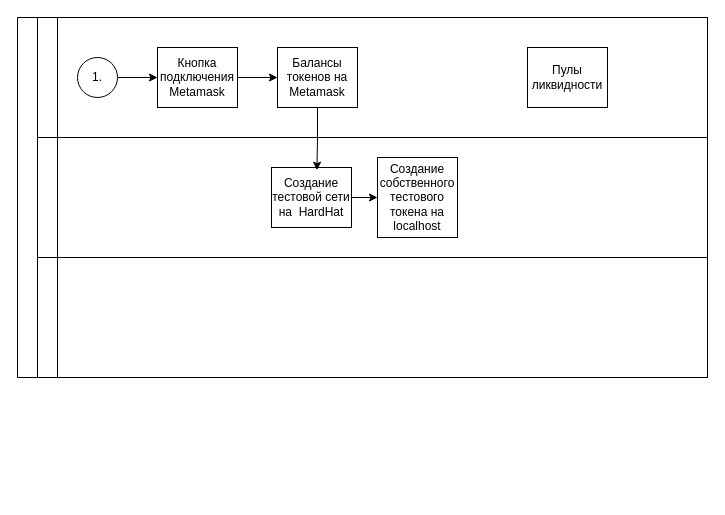
This is HardHat_1.drawio from ElvenRivendil/Diagrams_blocks_algoritms, a draw.io file, before an edit. Source tidied: cells renumbered, new cells numbered last; positions are measured from the earlier drawing's top-left corner, leaving out a move shared by most shapes. Both pictures are drawn from the tidied source at 100%, with x=0, y=0 at pixel (17, 17).
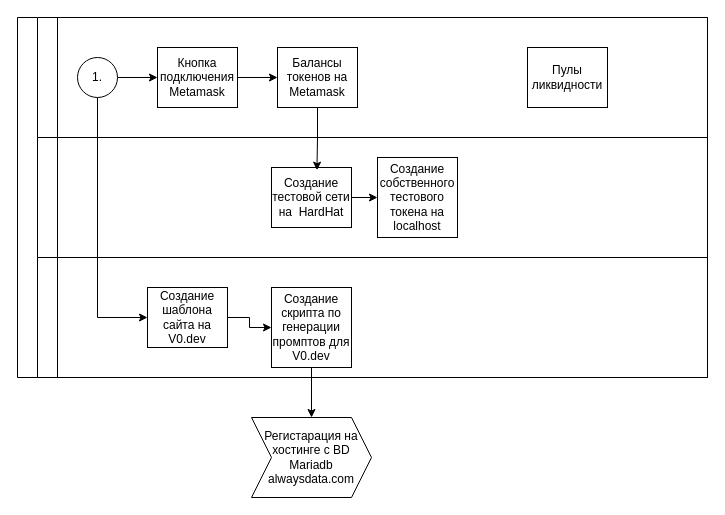
The same page after the edit.

Unchanged cells that the change refers to:
```xml
<mxCell id="2" style="swimlane;html=1;horizontal=0;startSize=20;" parent="1" vertex="1">
  <mxGeometry width="690" height="360" as="geometry" />
</mxCell>
<mxCell id="5" value="1." style="ellipse;whiteSpace=wrap;html=1;" parent="3" vertex="1">
  <mxGeometry x="40" y="40" width="40" height="40" as="geometry" />
</mxCell>
<mxCell id="14" style="swimlane;html=1;startSize=20;horizontal=0;" parent="2" vertex="1">
  <mxGeometry x="20" y="240" width="670" height="120" as="geometry" />
</mxCell>
```

Change to the diagram source:
```diff
@@
+    <mxCell id="16" style="edgeStyle=orthogonalEdgeStyle;rounded=0;jettySize=auto;html=1;exitX=1;exitY=0.5;exitDx=0;exitDy=0;entryX=0;entryY=0.5;entryDx=0;entryDy=0;" parent="14" edge="1" source="17" target="18">
+      <mxGeometry relative="1" as="geometry" />
+    </mxCell>
+    <mxCell id="17" value="&lt;div&gt;Создание шаблона сайта на V0.dev&lt;/div&gt;" style="rounded=0;whiteSpace=wrap;html=1;fontFamily=Helvetica;fontSize=12;fontColor=#000000;align=center;" parent="14" vertex="1">
+      <mxGeometry x="110" y="30" width="80" height="60" as="geometry" />
+    </mxCell>
+    <mxCell id="18" value="&lt;div&gt;Создание скрипта по генерации промптов для V0.dev&lt;/div&gt;" style="rounded=0;whiteSpace=wrap;html=1;fontFamily=Helvetica;fontSize=12;fontColor=#000000;align=center;" parent="14" vertex="1">
+      <mxGeometry x="234" y="30" width="80" height="80" as="geometry" />
+    </mxCell>
@@
+    <mxCell id="19" style="edgeStyle=orthogonalEdgeStyle;rounded=0;jettySize=auto;html=1;exitX=0.5;exitY=1;exitDx=0;exitDy=0;entryX=0;entryY=0.5;entryDx=0;entryDy=0;" parent="2" edge="1" source="5" target="17">
+      <mxGeometry relative="1" as="geometry" />
+    </mxCell>
+    <mxCell id="20" value="Регистарация на хостинге с BD Mariadb alwaysdata.com" style="shape=step;perimeter=stepPerimeter;whiteSpace=wrap;html=1;fixedSize=1;" parent="1" vertex="1">
+      <mxGeometry x="234" y="400" width="120" height="80" as="geometry" />
+    </mxCell>
+    <mxCell id="21" style="edgeStyle=orthogonalEdgeStyle;rounded=0;jettySize=auto;html=1;exitX=0.5;exitY=1;exitDx=0;exitDy=0;entryX=0.5;entryY=0;entryDx=0;entryDy=0;" parent="1" edge="1" source="18" target="20">
+      <mxGeometry relative="1" as="geometry" />
+    </mxCell>
```
